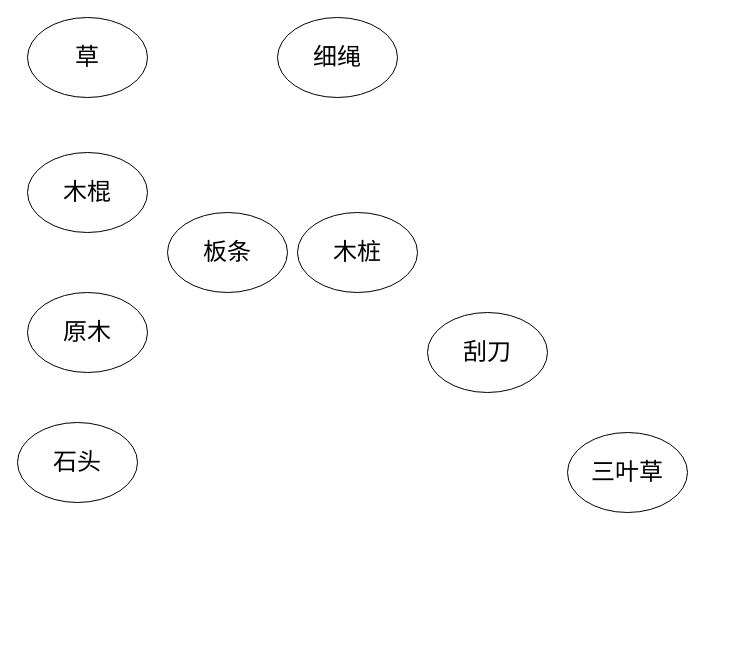
fanyixin0428/towerdefencegame keeps this draw.io diagram as ProductionChain.drawio. Above is the earlier version. Source tidied: cells renumbered, new cells numbered last; positions are measured from the earlier drawing's top-left corner, leaving out a move shared by most shapes. Both pictures are drawn from the tidied source at 100%, with x=0, y=0 at pixel (17, 17).
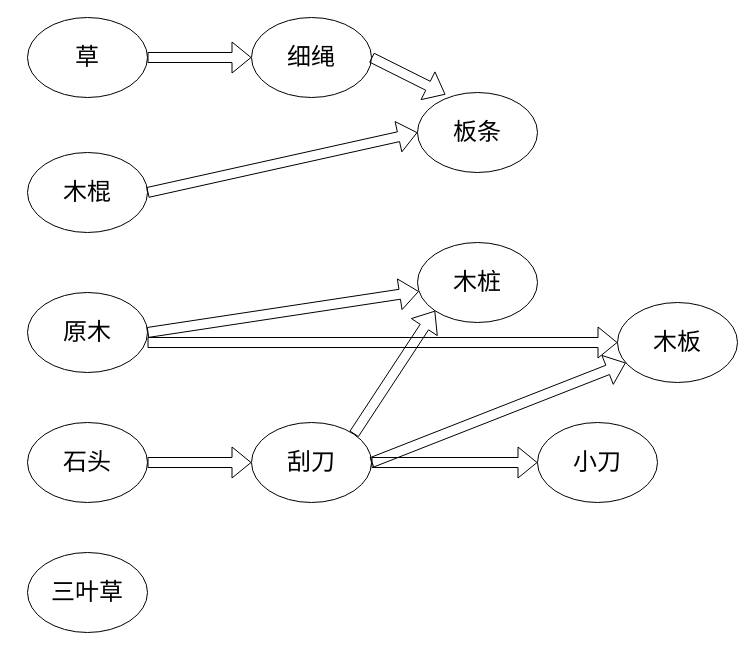
After the change.

Unchanged cells that the change refers to:
```xml
<mxCell id="2" value="&lt;font style=&quot;font-size: 24px&quot;&gt;草&lt;/font&gt;" style="ellipse;whiteSpace=wrap;html=1;" parent="1" vertex="1">
  <mxGeometry x="10" width="120" height="80" as="geometry" />
</mxCell>
<mxCell id="3" value="&lt;span style=&quot;font-size: 24px&quot;&gt;原木&lt;/span&gt;" style="ellipse;whiteSpace=wrap;html=1;" parent="1" vertex="1">
  <mxGeometry x="10" y="275" width="120" height="80" as="geometry" />
</mxCell>
<mxCell id="4" value="&lt;span style=&quot;font-size: 24px&quot;&gt;木棍&lt;/span&gt;" style="ellipse;whiteSpace=wrap;html=1;" parent="1" vertex="1">
  <mxGeometry x="10" y="135" width="120" height="80" as="geometry" />
</mxCell>
```

Change to the diagram source:
```diff
@@
     <mxCell id="5" value="&lt;span style=&quot;font-size: 24px&quot;&gt;三叶草&lt;/span&gt;" style="ellipse;whiteSpace=wrap;html=1;" parent="1" vertex="1">
-      <mxGeometry x="550" y="415" width="120" height="80" as="geometry" />
+      <mxGeometry x="10" y="535" width="120" height="80" as="geometry" />
     </mxCell>
     <mxCell id="6" value="&lt;span style=&quot;font-size: 24px&quot;&gt;石头&lt;/span&gt;" style="ellipse;whiteSpace=wrap;html=1;" parent="1" vertex="1">
-      <mxGeometry y="405" width="120" height="80" as="geometry" />
+      <mxGeometry x="10" y="405" width="120" height="80" as="geometry" />
     </mxCell>
     <mxCell id="7" value="&lt;span style=&quot;font-size: 24px&quot;&gt;刮刀&lt;/span&gt;" style="ellipse;whiteSpace=wrap;html=1;" parent="1" vertex="1">
-      <mxGeometry x="410" y="295" width="120" height="80" as="geometry" />
+      <mxGeometry x="234" y="405" width="120" height="80" as="geometry" />
     </mxCell>
     <mxCell id="8" value="&lt;font style=&quot;font-size: 24px&quot;&gt;细绳&lt;/font&gt;" style="ellipse;whiteSpace=wrap;html=1;" parent="1" vertex="1">
-      <mxGeometry x="260" width="120" height="80" as="geometry" />
+      <mxGeometry x="234" width="120" height="80" as="geometry" />
     </mxCell>
     <mxCell id="9" value="&lt;font style=&quot;font-size: 24px&quot;&gt;板条&lt;/font&gt;" style="ellipse;whiteSpace=wrap;html=1;" parent="1" vertex="1">
-      <mxGeometry x="150" y="195" width="120" height="80" as="geometry" />
+      <mxGeometry x="400" y="75" width="120" height="80" as="geometry" />
     </mxCell>
-    <mxCell id="10" value="&lt;span style=&quot;font-size: 24px&quot;&gt;木桩&lt;/span&gt;" style="ellipse;whiteSpace=wrap;html=1;" parent="1" vertex="1">
-      <mxGeometry x="280" y="195" width="120" height="80" as="geometry" />
+    <mxCell id="10" value="&lt;span style=&quot;font-size: 24px&quot;&gt;木板&lt;/span&gt;" style="ellipse;whiteSpace=wrap;html=1;" parent="1" vertex="1">
+      <mxGeometry x="600" y="285" width="120" height="80" as="geometry" />
     </mxCell>
+    <mxCell id="11" value="&lt;span style=&quot;font-size: 24px&quot;&gt;木桩&lt;/span&gt;" style="ellipse;whiteSpace=wrap;html=1;" parent="1" vertex="1">
+      <mxGeometry x="400" y="225" width="120" height="80" as="geometry" />
+    </mxCell>
+    <mxCell id="12" style="shape=flexArrow;endArrow=classic;html=1;rounded=0;fontSize=24;exitX=1;exitY=0.5;exitDx=0;exitDy=0;" parent="1" edge="1" source="2" target="8">
+      <mxGeometry relative="1" as="geometry" />
+    </mxCell>
+    <mxCell id="13" style="shape=flexArrow;endArrow=classic;html=1;rounded=0;fontSize=24;exitX=1;exitY=0.5;exitDx=0;exitDy=0;entryX=0;entryY=0.5;entryDx=0;entryDy=0;" parent="1" edge="1" source="4" target="9">
+      <mxGeometry relative="1" as="geometry" />
+    </mxCell>
+    <mxCell id="14" style="shape=flexArrow;endArrow=classic;html=1;rounded=0;fontSize=24;exitX=1;exitY=0.5;exitDx=0;exitDy=0;entryX=0.233;entryY=0.025;entryDx=0;entryDy=0;entryPerimeter=0;" parent="1" edge="1" source="8" target="9">
+      <mxGeometry relative="1" as="geometry" />
+    </mxCell>
+    <mxCell id="15" style="shape=flexArrow;endArrow=classic;html=1;rounded=0;fontSize=24;exitX=1;exitY=0.5;exitDx=0;exitDy=0;entryX=0;entryY=0.5;entryDx=0;entryDy=0;" parent="1" edge="1" source="6" target="7">
+      <mxGeometry relative="1" as="geometry" />
+    </mxCell>
+    <mxCell id="16" style="shape=flexArrow;endArrow=classic;html=1;rounded=0;fontSize=24;exitX=1;exitY=0.5;exitDx=0;exitDy=0;" parent="1" edge="1" source="3" target="11">
+      <mxGeometry relative="1" as="geometry" />
+    </mxCell>
+    <mxCell id="17" style="shape=flexArrow;endArrow=classic;html=1;rounded=0;fontSize=24;entryX=0;entryY=0.5;entryDx=0;entryDy=0;" parent="1" edge="1" target="10">
+      <mxGeometry relative="1" as="geometry">
+        <mxPoint x="130" y="325" as="sourcePoint" />
+      </mxGeometry>
+    </mxCell>
+    <mxCell id="18" style="shape=flexArrow;endArrow=classic;html=1;rounded=0;fontSize=24;exitX=1;exitY=0.5;exitDx=0;exitDy=0;" parent="1" edge="1" source="7" target="10">
+      <mxGeometry relative="1" as="geometry" />
+    </mxCell>
+    <mxCell id="19" style="shape=flexArrow;endArrow=classic;html=1;rounded=0;fontSize=24;exitX=1;exitY=0;exitDx=0;exitDy=0;entryX=0;entryY=1;entryDx=0;entryDy=0;" parent="1" edge="1" source="7" target="11">
+      <mxGeometry relative="1" as="geometry" />
+    </mxCell>
+    <mxCell id="20" value="&lt;span style=&quot;font-size: 24px&quot;&gt;小刀&lt;/span&gt;" style="ellipse;whiteSpace=wrap;html=1;" parent="1" vertex="1">
+      <mxGeometry x="520" y="405" width="120" height="80" as="geometry" />
+    </mxCell>
+    <mxCell id="21" style="shape=flexArrow;endArrow=classic;html=1;rounded=0;fontSize=24;entryX=0;entryY=0.5;entryDx=0;entryDy=0;exitX=1;exitY=0.5;exitDx=0;exitDy=0;" parent="1" edge="1" source="7" target="20">
+      <mxGeometry relative="1" as="geometry" />
+    </mxCell>
```
